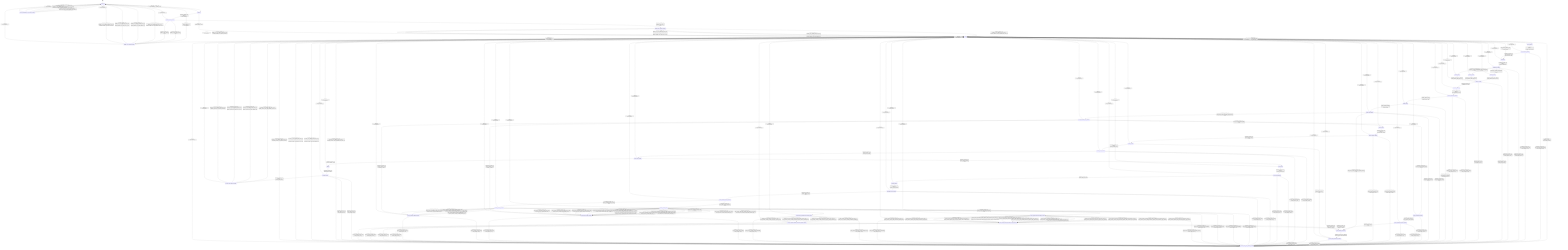
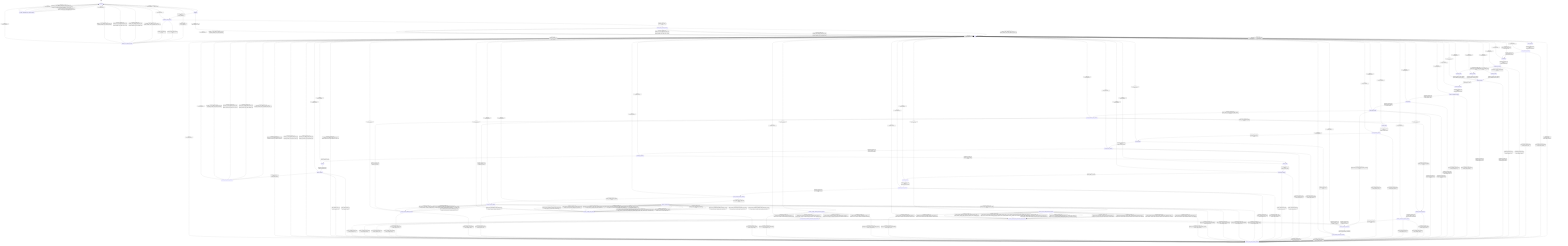
stateDiagram-v2
  direction TB
  [*] --> uninitialized
  uninitialized --> initializing : initialize_run [valid_initialize_] / none
  uninitialized --> initialize_error_channel_decision : initialize_run [invalid_initialize_] / reject_initialize_
  ready --> initializing : initialize_run [valid_initialize_] / none
  ready --> initialize_error_channel_decision : initialize_run [invalid_initialize_] / reject_initialize_
  initializing --> initializer_result_decision : completion_initialize_run_ [always] / request_initializer_
  initializer_result_decision --> initialize_done_channel_decision : completion_initialize_run_ [initialize_result_none_] / none
  initializer_result_decision --> initialize_error_channel_decision : completion_initialize_run_ [initialize_result_invalid_request_] / none
  initializer_result_decision --> initialize_error_channel_decision : completion_initialize_run_ [initialize_result_backend_] / none
  initialize_done_channel_decision --> ready : completion_initialize_run_ [initialize_done_callback_with_error_out_] / dispatch_initialize_done_with_callback_and_error_out_
  initialize_done_channel_decision --> ready : completion_initialize_run_ [initialize_done_callback_without_error_out_] / dispatch_initialize_done_with_callback_only_
  initialize_done_channel_decision --> ready : completion_initialize_run_ [initialize_no_done_callback_with_error_out_] / dispatch_initialize_done_with_error_out_only_
  initialize_done_channel_decision --> ready : completion_initialize_run_ [initialize_no_done_callback_without_error_out_] / dispatch_initialize_done_without_channels_
  initialize_error_channel_decision --> uninitialized : completion_initialize_run_ [initialize_error_callback_with_error_out_] / dispatch_initialize_error_with_callback_and_error_out_
  initialize_error_channel_decision --> uninitialized : completion_initialize_run_ [initialize_error_callback_without_error_out_] / dispatch_initialize_error_with_callback_only_
  initialize_error_channel_decision --> uninitialized : completion_initialize_run_ [initialize_no_error_callback_with_error_out_] / dispatch_initialize_error_with_error_out_only_
  initialize_error_channel_decision --> uninitialized : completion_initialize_run_ [initialize_no_error_callback_without_error_out_] / dispatch_initialize_error_without_channels_
  uninitialized --> generate_uninitialized_error_channel_decision : generate_run [always] / reject_uninitialized_generate_
  ready --> reset_sequence : generate_run [valid_generate_with_reset_] / begin_generate_
  ready --> conditioning : generate_run [valid_generate_without_reset_] / begin_generate_
  ready --> generate_ready_error_channel_decision : generate_run [invalid_generate_] / reject_invalid_generate_
  reset_sequence --> reset_sequence_decision : completion_generate_run_ [always] / request_reset_sequence_
  reset_sequence_decision --> conditioning : completion_generate_run_ [reset_sequence_ok_] / mark_sequence_clear_
  reset_sequence_decision --> generate_ready_error_channel_decision : completion_generate_run_ [reset_sequence_invalid_request_] / mark_invalid_request_
  reset_sequence_decision --> generate_ready_error_channel_decision : completion_generate_run_ [reset_sequence_backend_error_] / mark_backend_error_
  conditioning --> conditioning_decision : completion_generate_run_ [always] / request_conditioning_
  conditioning_decision --> planning_chunk8 : completion_generate_run_ [conditioning_ok_with_chunk8_prefill_] / none
  conditioning_decision --> planning_chunk4 : completion_generate_run_ [conditioning_ok_with_chunk4_prefill_] / none
  conditioning_decision --> planning_scalar : completion_generate_run_ [conditioning_ok_with_scalar_prefill_] / none
  conditioning_decision --> generate_ready_error_channel_decision : completion_generate_run_ [conditioning_invalid_request_] / mark_invalid_request_
  conditioning_decision --> generate_ready_error_channel_decision : completion_generate_run_ [conditioning_backend_error_] / mark_backend_error_
  planning_chunk8 --> planning_decision : completion_generate_run_ [always] / request_planning_with_step_size_8__
  planning_chunk4 --> planning_decision : completion_generate_run_ [always] / request_planning_with_step_size_4__
  planning_scalar --> planning_decision : completion_generate_run_ [always] / request_planning_with_step_size_1__
  planning_decision --> sequence_allocating : completion_generate_run_ [planning_ok_] / none
  planning_decision --> generate_ready_error_channel_decision : completion_generate_run_ [planning_invalid_request_] / mark_invalid_request_
  planning_decision --> generate_ready_error_channel_decision : completion_generate_run_ [planning_backend_error_] / mark_backend_error_
  sequence_allocating --> sequence_allocating_decision : completion_generate_run_ [always] / request_allocate_sequence_
  sequence_allocating_decision --> prefill_running : completion_generate_run_ [allocate_sequence_ok_] / mark_sequence_live_
  sequence_allocating_decision --> generate_ready_error_channel_decision : completion_generate_run_ [allocate_sequence_invalid_request_] / mark_invalid_request_
  sequence_allocating_decision --> generate_ready_error_channel_decision : completion_generate_run_ [allocate_sequence_backend_error_] / mark_backend_error_
  prefill_running --> prefill_result_decision : completion_generate_run_ [prefill_dispatch_available_] / request_prefill_
  prefill_running --> generate_ready_error_channel_decision : completion_generate_run_ [prefill_dispatch_unavailable_] / mark_backend_error_
  prefill_result_decision --> decode_selection_mode_decision : completion_generate_run_ [prefill_result_ok_with_materialized_logits_contract_] / none
  prefill_result_decision --> decode_sample_preselected : completion_generate_run_ [prefill_result_ok_with_preselected_argmax_contract_] / none
  prefill_result_decision --> generate_ready_error_channel_decision : completion_generate_run_ [prefill_result_invalid_request_] / none
  prefill_result_decision --> generate_ready_error_channel_decision : completion_generate_run_ [prefill_result_backend_error_] / none
  decode_selection_mode_decision --> decode_sample : completion_generate_run_ [decode_uses_materialized_logits_] / none
  decode_selection_mode_decision --> decode_preselected_argmax : completion_generate_run_ [decode_uses_preselected_argmax_] / none
  decode_sample --> decode_sample_decision : completion_generate_run_ [always] / request_decode_sample_
  decode_preselected_argmax --> decode_preselected_argmax_decision : completion_generate_run_ [decode_argmax_ready_] / request_decode_select_argmax_
  decode_preselected_argmax --> generate_ready_error_channel_decision : completion_generate_run_ [decode_argmax_invalid_request_] / mark_invalid_request_
  decode_preselected_argmax_decision --> decode_sample_preselected : completion_generate_run_ [decode_sample_ok_] / none
  decode_preselected_argmax_decision --> generate_ready_error_channel_decision : completion_generate_run_ [decode_sample_invalid_request_] / mark_invalid_request_
  decode_preselected_argmax_decision --> generate_ready_error_channel_decision : completion_generate_run_ [decode_sample_backend_error_] / mark_backend_error_
  decode_sample_preselected --> decode_sample_preselected_decision : completion_generate_run_ [always] / request_decode_sample_preselected_
  decode_sample_decision --> decode_render : completion_generate_run_ [decode_sample_ok_] / none
  decode_sample_preselected_decision --> decode_render : completion_generate_run_ [decode_sample_ok_] / none
  decode_sample_decision --> generate_ready_error_channel_decision : completion_generate_run_ [decode_sample_invalid_request_] / mark_invalid_request_
  decode_sample_decision --> generate_ready_error_channel_decision : completion_generate_run_ [decode_sample_backend_error_] / mark_backend_error_
  decode_sample_preselected_decision --> generate_ready_error_channel_decision : completion_generate_run_ [decode_sample_invalid_request_] / mark_invalid_request_
  decode_sample_preselected_decision --> generate_ready_error_channel_decision : completion_generate_run_ [decode_sample_backend_error_] / mark_backend_error_
  decode_render --> decode_render_decision : completion_generate_run_ [always] / request_decode_render_
  decode_render_decision --> decode_loop_decision : completion_generate_run_ [decode_render_ok_] / commit_render_output_
  decode_render_decision --> generate_ready_error_channel_decision : completion_generate_run_ [decode_render_invalid_request_] / mark_invalid_request_
  decode_render_decision --> generate_ready_error_channel_decision : completion_generate_run_ [decode_render_backend_error_] / mark_backend_error_
  decode_loop_decision --> decode_slots : completion_generate_run_ [decode_should_continue_] / none
  decode_loop_decision --> flushing : completion_generate_run_ [decode_complete_] / none
  decode_slots --> decode_slots_decision : completion_generate_run_ [always] / request_decode_slots_
  decode_slots_decision --> snapshot_decode : completion_generate_run_ [decode_slots_ok_] / none
  decode_slots_decision --> generate_ready_error_channel_decision : completion_generate_run_ [decode_slots_invalid_request_] / mark_invalid_request_
  decode_slots_decision --> generate_ready_error_channel_decision : completion_generate_run_ [decode_slots_backend_error_] / mark_backend_error_
  snapshot_decode --> snapshot_decode_decision : completion_generate_run_ [always] / request_memory_snapshot_
  snapshot_decode_decision --> decode_compute_runtime_decision : completion_generate_run_ [decode_snapshot_ok_] / none
  snapshot_decode_decision --> generate_ready_error_channel_decision : completion_generate_run_ [decode_snapshot_invalid_request_] / mark_invalid_request_
  snapshot_decode_decision --> generate_ready_error_channel_decision : completion_generate_run_ [decode_snapshot_backend_error_] / mark_backend_error_
  decode_compute_runtime_decision --> decode_compute_flash : completion_generate_run_ [decode_flash_runtime_supported_] / none
  decode_compute_runtime_decision --> decode_compute_nonflash : completion_generate_run_ [decode_nonflash_runtime_required_] / none
  decode_compute_flash --> generate_ready_error_channel_decision : completion_generate_run_ [guard_decode_compute_invalid_request_] / mark_invalid_request_
  decode_compute_flash --> generate_ready_error_channel_decision : completion_generate_run_ [guard_decode_compute_backend_unavailable_] / mark_backend_error_
  decode_compute_flash --> decode_compute_flash_preselected_argmax : completion_generate_run_ [guard_decode_preselected_direct_ready_] / none
  decode_compute_flash --> decode_compute_flash_decision : completion_generate_run_ [guard_decode_materialized_parallel_scalar_packed_q8_0_ready_] / request_decode_compute_flash_parallel_packed_q8_0_
  decode_compute_flash --> decode_compute_flash_decision : completion_generate_run_ [guard_decode_materialized_scalar_packed_q8_0_ready_] / request_decode_compute_flash_packed_q8_0_
  decode_compute_flash --> decode_compute_flash_decision : completion_generate_run_ [guard_decode_materialized_parallel_scalar_q8_k_ready_] / request_decode_compute_flash_parallel_q8_k_
  decode_compute_flash --> decode_compute_flash_decision : completion_generate_run_ [guard_decode_materialized_scalar_q8_k_ready_] / request_decode_compute_flash_q8_k_
+   decode_compute_flash --> decode_compute_flash_decision : completion_generate_run_ [guard_decode_materialized_streamed_scalar_native_quantized_q8_k_ready_] / request_decode_compute_flash_native_quantized_q8_k_logits_streamed_
  decode_compute_flash --> decode_compute_flash_decision : completion_generate_run_ [guard_decode_materialized_parallel_scalar_native_quantized_q8_k_ready_] / request_decode_compute_flash_parallel_native_quantized_q8_k_logits_
  decode_compute_flash --> decode_compute_flash_decision : completion_generate_run_ [guard_decode_materialized_scalar_native_quantized_q8_k_ready_] / request_decode_compute_flash_native_quantized_q8_k_logits_
  decode_compute_flash --> decode_compute_flash_decision : completion_generate_run_ [guard_decode_materialized_streamed_scalar_native_quantized_ready_] / request_decode_compute_flash_native_quantized_streamed_
  decode_compute_flash --> decode_compute_flash_decision : completion_generate_run_ [guard_decode_materialized_parallel_scalar_native_quantized_kernel_ready_] / request_decode_compute_flash_parallel_native_quantized_
  decode_compute_flash --> decode_compute_flash_decision : completion_generate_run_ [guard_decode_materialized_scalar_native_quantized_kernel_ready_] / request_decode_compute_flash_native_quantized_
  decode_compute_flash --> decode_compute_flash_decision : completion_generate_run_ [guard_decode_materialized_streamed_scalar_kernel_ready_] / request_decode_compute_flash_kernel_streamed_
  decode_compute_flash --> decode_compute_flash_decision : completion_generate_run_ [guard_decode_materialized_parallel_scalar_kernel_ready_] / request_decode_compute_flash_parallel_kernel_
  decode_compute_flash --> decode_compute_flash_decision : completion_generate_run_ [guard_decode_materialized_scalar_kernel_ready_] / request_decode_compute_flash_kernel_
  decode_compute_nonflash --> generate_ready_error_channel_decision : completion_generate_run_ [guard_decode_compute_invalid_request_] / mark_invalid_request_
  decode_compute_nonflash --> generate_ready_error_channel_decision : completion_generate_run_ [guard_decode_compute_backend_unavailable_] / mark_backend_error_
  decode_compute_nonflash --> decode_compute_nonflash_preselected_argmax : completion_generate_run_ [guard_decode_preselected_direct_ready_] / none
  decode_compute_nonflash --> decode_compute_nonflash_decision : completion_generate_run_ [guard_decode_materialized_scalar_packed_q8_0_ready_] / request_decode_compute_nonflash_packed_q8_0_
  decode_compute_nonflash --> decode_compute_nonflash_decision : completion_generate_run_ [guard_decode_materialized_scalar_q8_k_ready_] / request_decode_compute_nonflash_q8_k_
  decode_compute_nonflash --> decode_compute_nonflash_decision : completion_generate_run_ [guard_decode_materialized_scalar_native_quantized_q8_k_ready_] / request_decode_compute_nonflash_native_quantized_q8_k_logits_
  decode_compute_nonflash --> decode_compute_nonflash_decision : completion_generate_run_ [guard_decode_materialized_scalar_native_quantized_kernel_ready_] / request_decode_compute_nonflash_native_quantized_
  decode_compute_nonflash --> decode_compute_nonflash_decision : completion_generate_run_ [guard_decode_materialized_scalar_kernel_ready_] / request_decode_compute_nonflash_kernel_
  decode_compute_flash_preselected_argmax --> generate_ready_error_channel_decision : completion_generate_run_ [guard_decode_preselected_compute_invalid_request_] / mark_invalid_request_
  decode_compute_flash_preselected_argmax --> generate_ready_error_channel_decision : completion_generate_run_ [guard_decode_compute_backend_unavailable_] / mark_backend_error_
  decode_compute_flash_preselected_argmax --> decode_compute_flash_preselected_argmax_decision : completion_generate_run_ [guard_decode_preselected_argmax_q8_k_streamed_ready_] / request_decode_compute_flash_preselected_argmax_q8_k_streamed_
  decode_compute_flash_preselected_argmax --> decode_compute_flash_preselected_argmax_decision : completion_generate_run_ [guard_decode_preselected_argmax_native_quantized_q8_k_streamed_ready_] / request_decode_compute_flash_preselected_argmax_native_quantized_q8_k_streamed_
  decode_compute_flash_preselected_argmax --> decode_compute_flash_preselected_argmax_decision : completion_generate_run_ [guard_decode_preselected_argmax_native_quantized_kernel_streamed_ready_] / request_decode_compute_flash_preselected_argmax_native_quantized_kernel_streamed_
  decode_compute_flash_preselected_argmax --> decode_compute_flash_preselected_argmax_decision : completion_generate_run_ [guard_decode_preselected_argmax_kernel_streamed_ready_] / request_decode_compute_flash_preselected_argmax_kernel_streamed_
  decode_compute_flash_preselected_argmax --> decode_compute_flash_preselected_argmax_decision : completion_generate_run_ [guard_decode_preselected_parallel_argmax_q8_k_ready_] / request_decode_compute_flash_parallel_preselected_argmax_q8_k_
  decode_compute_flash_preselected_argmax --> decode_compute_flash_preselected_argmax_decision : completion_generate_run_ [guard_decode_preselected_argmax_q8_k_ready_] / request_decode_compute_flash_preselected_argmax_q8_k_
  decode_compute_flash_preselected_argmax --> decode_compute_flash_preselected_argmax_decision : completion_generate_run_ [guard_decode_preselected_parallel_argmax_native_quantized_q8_k_ready_] / request_decode_compute_flash_parallel_preselected_argmax_native_quantized_q8_k_
  decode_compute_flash_preselected_argmax --> decode_compute_flash_preselected_argmax_decision : completion_generate_run_ [guard_decode_preselected_argmax_native_quantized_q8_k_ready_] / request_decode_compute_flash_preselected_argmax_native_quantized_q8_k_
  decode_compute_flash_preselected_argmax --> decode_compute_flash_preselected_argmax_decision : completion_generate_run_ [guard_decode_preselected_parallel_argmax_native_quantized_kernel_ready_] / request_decode_compute_flash_parallel_preselected_argmax_native_quantized_kernel_
  decode_compute_flash_preselected_argmax --> decode_compute_flash_preselected_argmax_decision : completion_generate_run_ [guard_decode_preselected_argmax_native_quantized_kernel_ready_] / request_decode_compute_flash_preselected_argmax_native_quantized_kernel_
  decode_compute_flash_preselected_argmax --> decode_compute_flash_preselected_argmax_decision : completion_generate_run_ [guard_decode_preselected_parallel_argmax_kernel_ready_] / request_decode_compute_flash_parallel_preselected_argmax_kernel_
  decode_compute_flash_preselected_argmax --> decode_compute_flash_preselected_argmax_decision : completion_generate_run_ [guard_decode_preselected_argmax_kernel_ready_] / request_decode_compute_flash_preselected_argmax_kernel_
  decode_compute_nonflash_preselected_argmax --> generate_ready_error_channel_decision : completion_generate_run_ [guard_decode_preselected_compute_invalid_request_] / mark_invalid_request_
  decode_compute_nonflash_preselected_argmax --> generate_ready_error_channel_decision : completion_generate_run_ [guard_decode_compute_backend_unavailable_] / mark_backend_error_
  decode_compute_nonflash_preselected_argmax --> decode_compute_nonflash_preselected_argmax_decision : completion_generate_run_ [guard_decode_preselected_argmax_q8_k_ready_] / request_decode_compute_nonflash_preselected_argmax_q8_k_
  decode_compute_nonflash_preselected_argmax --> decode_compute_nonflash_preselected_argmax_decision : completion_generate_run_ [guard_decode_preselected_argmax_native_quantized_q8_k_ready_] / request_decode_compute_nonflash_preselected_argmax_native_quantized_q8_k_
  decode_compute_nonflash_preselected_argmax --> decode_compute_nonflash_preselected_argmax_decision : completion_generate_run_ [guard_decode_preselected_argmax_native_quantized_kernel_ready_] / request_decode_compute_nonflash_preselected_argmax_native_quantized_kernel_
  decode_compute_nonflash_preselected_argmax --> decode_compute_nonflash_preselected_argmax_decision : completion_generate_run_ [guard_decode_preselected_argmax_kernel_ready_] / request_decode_compute_nonflash_preselected_argmax_kernel_
  decode_compute_flash_decision --> decode_selection_mode_decision : completion_generate_run_ [decode_compute_ok_] / advance_kv_cache_
  decode_compute_nonflash_decision --> decode_selection_mode_decision : completion_generate_run_ [decode_compute_ok_] / advance_kv_cache_
  decode_compute_flash_preselected_argmax_decision --> decode_sample_preselected : completion_generate_run_ [decode_compute_ok_] / advance_kv_cache_
  decode_compute_nonflash_preselected_argmax_decision --> decode_sample_preselected : completion_generate_run_ [decode_compute_ok_] / advance_kv_cache_
  decode_compute_flash_decision --> generate_ready_error_channel_decision : completion_generate_run_ [decode_compute_invalid_request_] / mark_invalid_request_
  decode_compute_flash_decision --> generate_ready_error_channel_decision : completion_generate_run_ [decode_compute_backend_error_] / mark_backend_error_
  decode_compute_nonflash_decision --> generate_ready_error_channel_decision : completion_generate_run_ [decode_compute_invalid_request_] / mark_invalid_request_
  decode_compute_nonflash_decision --> generate_ready_error_channel_decision : completion_generate_run_ [decode_compute_backend_error_] / mark_backend_error_
  decode_compute_flash_preselected_argmax_decision --> generate_ready_error_channel_decision : completion_generate_run_ [decode_compute_invalid_request_] / mark_invalid_request_
  decode_compute_flash_preselected_argmax_decision --> generate_ready_error_channel_decision : completion_generate_run_ [decode_compute_backend_error_] / mark_backend_error_
  decode_compute_nonflash_preselected_argmax_decision --> generate_ready_error_channel_decision : completion_generate_run_ [decode_compute_invalid_request_] / mark_invalid_request_
  decode_compute_nonflash_preselected_argmax_decision --> generate_ready_error_channel_decision : completion_generate_run_ [decode_compute_backend_error_] / mark_backend_error_
  flushing --> flushing_decision : completion_generate_run_ [always] / request_flush_
  flushing_decision --> generate_done_channel_decision : completion_generate_run_ [flush_ok_] / commit_flush_output_
  flushing_decision --> generate_ready_error_channel_decision : completion_generate_run_ [flush_invalid_request_] / mark_invalid_request_
  flushing_decision --> generate_ready_error_channel_decision : completion_generate_run_ [flush_backend_error_] / mark_backend_error_
  generate_done_channel_decision --> ready : completion_generate_run_ [generate_done_callback_with_error_out_] / dispatch_generate_done_with_callback_and_error_out_
  generate_done_channel_decision --> ready : completion_generate_run_ [generate_done_callback_without_error_out_] / dispatch_generate_done_with_callback_only_
  generate_done_channel_decision --> ready : completion_generate_run_ [generate_no_done_callback_with_error_out_] / dispatch_generate_done_with_error_out_only_
  generate_done_channel_decision --> ready : completion_generate_run_ [generate_no_done_callback_without_error_out_] / dispatch_generate_done_without_channels_
  generate_ready_error_channel_decision --> ready : completion_generate_run_ [generate_error_callback_with_error_out_] / dispatch_generate_error_with_callback_and_error_out_
  generate_ready_error_channel_decision --> ready : completion_generate_run_ [generate_error_callback_without_error_out_] / dispatch_generate_error_with_callback_only_
  generate_ready_error_channel_decision --> ready : completion_generate_run_ [generate_no_error_callback_with_error_out_] / dispatch_generate_error_with_error_out_only_
  generate_ready_error_channel_decision --> ready : completion_generate_run_ [generate_no_error_callback_without_error_out_] / dispatch_generate_error_without_channels_
  generate_uninitialized_error_channel_decision --> uninitialized : completion_generate_run_ [generate_error_callback_with_error_out_] / dispatch_generate_error_with_callback_and_error_out_
  generate_uninitialized_error_channel_decision --> uninitialized : completion_generate_run_ [generate_error_callback_without_error_out_] / dispatch_generate_error_with_callback_only_
  generate_uninitialized_error_channel_decision --> uninitialized : completion_generate_run_ [generate_no_error_callback_with_error_out_] / dispatch_generate_error_with_error_out_only_
  generate_uninitialized_error_channel_decision --> uninitialized : completion_generate_run_ [generate_no_error_callback_without_error_out_] / dispatch_generate_error_without_channels_
  uninitialized --> uninitialized : capture_diagnostics [always] / capture_diagnostics_
  ready --> ready : capture_diagnostics [always] / capture_diagnostics_
  uninitialized --> uninitialized : capture_graph_lifecycle [graph_lifecycle_runtime_tensor_unavailable_] / capture_graph_lifecycle_without_runtime_tensor_
  uninitialized --> uninitialized : capture_graph_lifecycle [graph_lifecycle_runtime_tensor_available_] / capture_graph_lifecycle_with_runtime_tensor_
  ready --> ready : capture_graph_lifecycle [graph_lifecycle_runtime_tensor_unavailable_] / capture_graph_lifecycle_without_runtime_tensor_
  ready --> ready : capture_graph_lifecycle [graph_lifecycle_runtime_tensor_available_] / capture_graph_lifecycle_with_runtime_tensor_
  uninitialized --> uninitialized : _ [always] / on_unexpected_
  ready --> ready : _ [always] / on_unexpected_
  initializing --> uninitialized : _ [always] / on_unexpected_
  initializer_result_decision --> uninitialized : _ [always] / on_unexpected_
  initialize_done_channel_decision --> ready : _ [always] / on_unexpected_
  initialize_error_channel_decision --> uninitialized : _ [always] / on_unexpected_
  reset_sequence --> ready : _ [always] / on_unexpected_
  reset_sequence_decision --> ready : _ [always] / on_unexpected_
  conditioning --> ready : _ [always] / on_unexpected_
  conditioning_decision --> ready : _ [always] / on_unexpected_
  planning_chunk8 --> ready : _ [always] / on_unexpected_
  planning_chunk4 --> ready : _ [always] / on_unexpected_
  planning_scalar --> ready : _ [always] / on_unexpected_
  planning_decision --> ready : _ [always] / on_unexpected_
  sequence_allocating --> ready : _ [always] / on_unexpected_
  sequence_allocating_decision --> ready : _ [always] / on_unexpected_
  prefill_running --> ready : _ [always] / on_unexpected_
  prefill_result_decision --> ready : _ [always] / on_unexpected_
  decode_selection_mode_decision --> ready : _ [always] / on_unexpected_
  decode_slots --> ready : _ [always] / on_unexpected_
  decode_slots_decision --> ready : _ [always] / on_unexpected_
  snapshot_decode --> ready : _ [always] / on_unexpected_
  snapshot_decode_decision --> ready : _ [always] / on_unexpected_
  decode_compute_runtime_decision --> ready : _ [always] / on_unexpected_
  decode_compute_flash --> ready : _ [always] / on_unexpected_
  decode_compute_flash_preselected_argmax --> ready : _ [always] / on_unexpected_
  decode_compute_flash_preselected_argmax_decision --> ready : _ [always] / on_unexpected_
  decode_compute_flash_decision --> ready : _ [always] / on_unexpected_
  decode_compute_nonflash --> ready : _ [always] / on_unexpected_
  decode_compute_nonflash_preselected_argmax --> ready : _ [always] / on_unexpected_
  decode_compute_nonflash_preselected_argmax_decision --> ready : _ [always] / on_unexpected_
  decode_compute_nonflash_decision --> ready : _ [always] / on_unexpected_
  decode_sample --> ready : _ [always] / on_unexpected_
  decode_sample_decision --> ready : _ [always] / on_unexpected_
  decode_preselected_argmax --> ready : _ [always] / on_unexpected_
  decode_preselected_argmax_decision --> ready : _ [always] / on_unexpected_
  decode_sample_preselected --> ready : _ [always] / on_unexpected_
  decode_sample_preselected_decision --> ready : _ [always] / on_unexpected_
  decode_render --> ready : _ [always] / on_unexpected_
  decode_render_decision --> ready : _ [always] / on_unexpected_
  decode_loop_decision --> ready : _ [always] / on_unexpected_
  flushing --> ready : _ [always] / on_unexpected_
  flushing_decision --> ready : _ [always] / on_unexpected_
  generate_done_channel_decision --> ready : _ [always] / on_unexpected_
  generate_ready_error_channel_decision --> ready : _ [always] / on_unexpected_
  generate_uninitialized_error_channel_decision --> uninitialized : _ [always] / on_unexpected_
